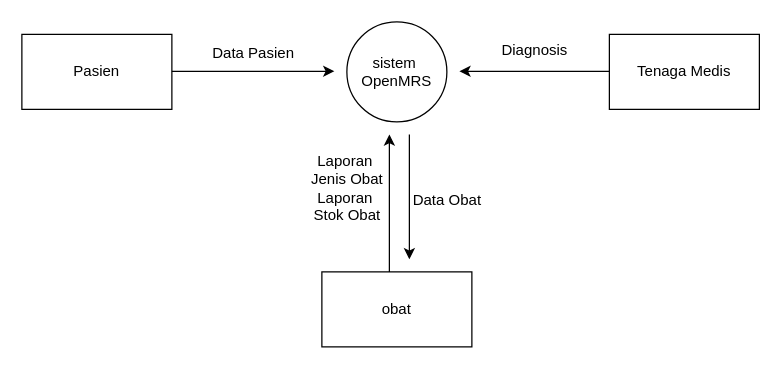
Above: page "Page-2" (2 of 7) of Untitled Diagram.drawio in EkaAyuu/Portofolio-Eka (draw.io), before the change. Source tidied: cells renumbered, new cells numbered last; positions are measured from the earlier drawing's top-left corner, leaving out a move shared by most shapes. Both pictures are drawn from the tidied source at 125%, with x=0, y=0 at pixel (21, 21).
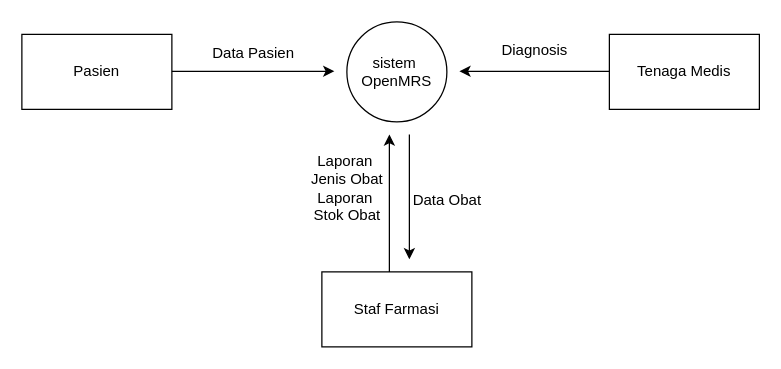
After the change.

Change to the diagram source:
```diff
@@
 <mxGraphModel>
   <root>
     <mxCell id="0" />
     <mxCell id="1" parent="0" />
     <mxCell id="2" value="sistem&amp;nbsp;&lt;div&gt;OpenMRS&lt;/div&gt;" style="ellipse;whiteSpace=wrap;html=1;" parent="1" vertex="1">
       <mxGeometry x="260" width="80" height="80" as="geometry" />
     </mxCell>
-    <mxCell id="3" value="obat" style="rounded=0;whiteSpace=wrap;html=1;" parent="1" vertex="1">
+    <mxCell id="3" value="Staf Farmasi" style="rounded=0;whiteSpace=wrap;html=1;" parent="1" vertex="1">
       <mxGeometry x="240" y="200" width="120" height="60" as="geometry" />
     </mxCell>
     <mxCell id="4" value="Tenaga Medis" style="rounded=0;whiteSpace=wrap;html=1;" parent="1" vertex="1">
       <mxGeometry x="470" y="10" width="120" height="60" as="geometry" />
     </mxCell>
     <mxCell id="5" value="Pasien" style="rounded=0;whiteSpace=wrap;html=1;" parent="1" vertex="1">
       <mxGeometry y="10" width="120" height="60" as="geometry" />
     </mxCell>
     <mxCell id="6" style="endArrow=classic;html=1;rounded=0;" parent="1" edge="1">
       <mxGeometry relative="1" as="geometry">
         <mxPoint x="120" y="39.5" as="sourcePoint" />
         <mxPoint x="250" y="39.5" as="targetPoint" />
       </mxGeometry>
     </mxCell>
     <mxCell id="7" style="endArrow=classic;html=1;rounded=0;" parent="1" edge="1">
       <mxGeometry relative="1" as="geometry">
         <mxPoint x="470" y="39.5" as="sourcePoint" />
         <mxPoint x="350" y="39.5" as="targetPoint" />
       </mxGeometry>
     </mxCell>
     <mxCell id="8" style="endArrow=classic;html=1;rounded=0;" parent="1" edge="1">
       <mxGeometry relative="1" as="geometry">
         <mxPoint x="294" y="200" as="sourcePoint" />
         <mxPoint x="294" y="90" as="targetPoint" />
       </mxGeometry>
     </mxCell>
     <mxCell id="9" style="endArrow=classic;html=1;rounded=0;" parent="1" edge="1">
       <mxGeometry relative="1" as="geometry">
         <mxPoint x="310" y="90" as="sourcePoint" />
         <mxPoint x="310" y="190" as="targetPoint" />
       </mxGeometry>
     </mxCell>
     <mxCell id="10" value="Data Pasien" style="text;html=1;align=center;verticalAlign=middle;strokeColor=none;fillColor=none;" parent="1" vertex="1">
       <mxGeometry x="140" y="10" width="90" height="30" as="geometry" />
     </mxCell>
     <mxCell id="11" value="Diagnosis" style="text;html=1;align=center;verticalAlign=middle;strokeColor=none;fillColor=none;" parent="1" vertex="1">
       <mxGeometry x="370" y="8" width="80" height="30" as="geometry" />
     </mxCell>
     <mxCell id="12" value="Data Obat" style="text;html=1;align=center;verticalAlign=middle;strokeColor=none;fillColor=none;" parent="1" vertex="1">
       <mxGeometry x="300" y="128" width="80" height="30" as="geometry" />
     </mxCell>
     <mxCell id="13" value="Laporan&amp;nbsp;&lt;div&gt;Jenis Obat&lt;div&gt;Laporan&amp;nbsp;&lt;/div&gt;&lt;div&gt;Stok Obat&lt;/div&gt;&lt;/div&gt;" style="text;html=1;align=center;verticalAlign=middle;strokeColor=none;fillColor=none;" parent="1" vertex="1">
       <mxGeometry x="220" y="98" width="80" height="70" as="geometry" />
     </mxCell>
   </root>
 </mxGraphModel>
```
